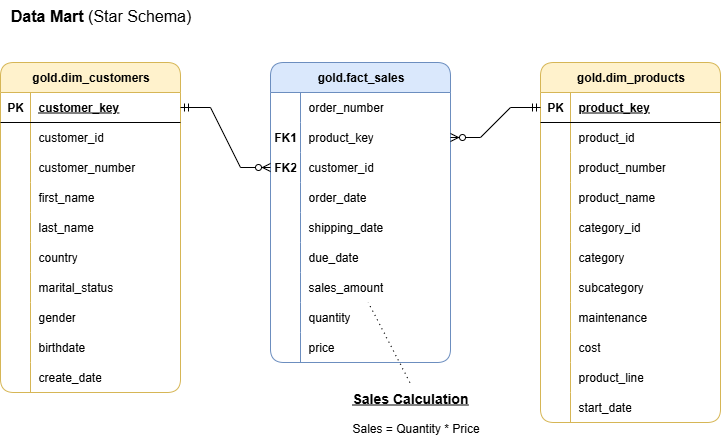
The draw.io diagram documents/png/Star Diagram - Gold.drawio.png in kg980/SQL_Data_Warehouse, before a commit. Source tidied: cells renumbered, new cells last; positions are measured from the earlier drawing's top-left corner, leaving out a move shared by most shapes.
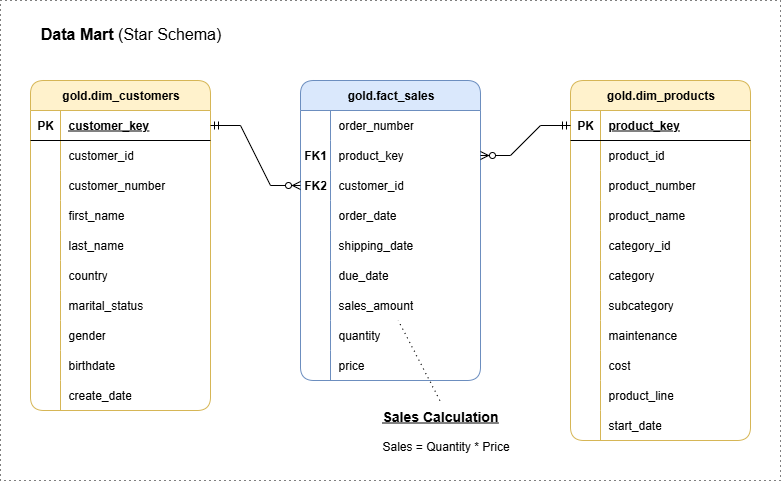
Later version of the same file.

Diff of the diagram source:
```diff
@@ -296,5 +296,8 @@
     <mxCell id="99" value="&lt;b&gt;&lt;font style=&quot;font-size: 14px;&quot;&gt;&lt;u&gt;Sales Calculation&lt;/u&gt;&lt;/font&gt;&lt;/b&gt;&lt;div&gt;&lt;br&gt;&lt;/div&gt;&lt;div&gt;Sales = Quantity * Price&lt;/div&gt;" style="text;html=1;align=left;verticalAlign=middle;points=[];strokeColor=none;fillColor=none;" parent="1" vertex="1">
       <mxGeometry x="350" y="382" width="150" height="60" as="geometry" />
     </mxCell>
+    <mxCell id="100" style="rounded=0;whiteSpace=wrap;html=1;fillColor=none;dashed=1;dashPattern=1 4;" parent="1" vertex="1">
+      <mxGeometry x="-30" y="-18" width="780" height="480" as="geometry" />
+    </mxCell>
   </root>
 </mxGraphModel>
```
